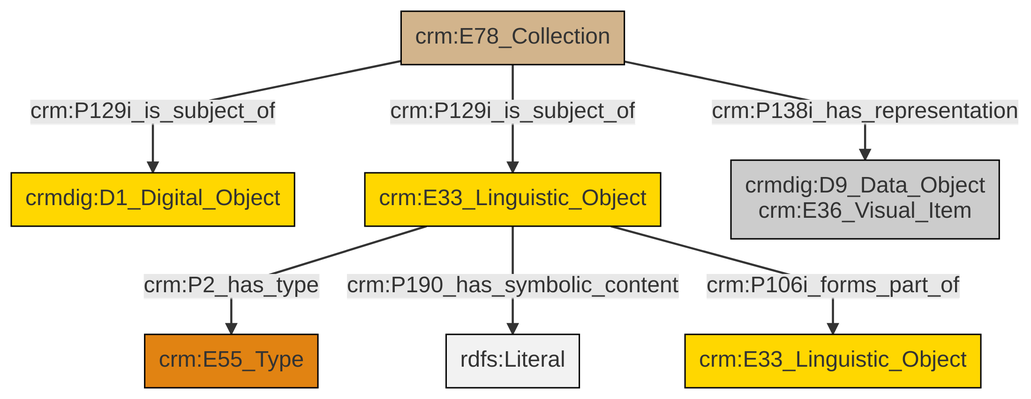
Above: et/archivalCSV/ttl/mmd/png/archival_docs.png in swiss-art-research-net/docs.swissartresearch (Mermaid), before the change. Its source is kept beside it as et/archivalCSV/ttl/mmd/archival_docs.ttl.mmd.
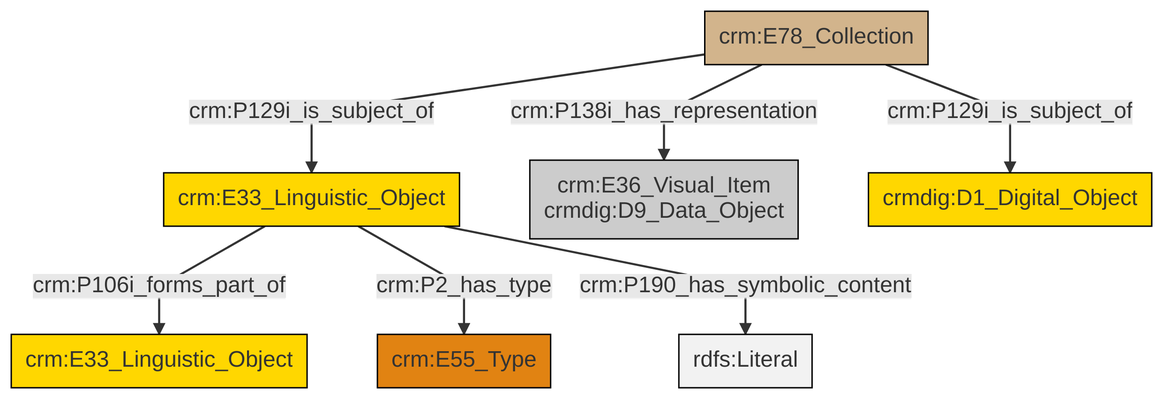
The same diagram one commit later.

The edit, as a diff of the source:
```diff
@@ -13,9 +13,9 @@
 classDef PC_Classes fill:#4ce600, stroke:#000000;
 classDef Multi fill:#cccccc,stroke:#000000;
 
-0["crm:E78_Collection"]:::Physical_Thing -->|crm:P129i_is_subject_of| 1["crmdig:D1_Digital_Object"]:::Conceptual_Object
-2["crm:E33_Linguistic_Object"]:::Conceptual_Object -->|crm:P2_has_type| 3["crm:E55_Type"]:::Type
-0["crm:E78_Collection"]:::Physical_Thing -->|crm:P129i_is_subject_of| 2["crm:E33_Linguistic_Object"]:::Conceptual_Object
-0["crm:E78_Collection"]:::Physical_Thing -->|crm:P138i_has_representation| 10["crmdig:D9_Data_Object<br>crm:E36_Visual_Item"]:::Multi
-2["crm:E33_Linguistic_Object"]:::Conceptual_Object -->|crm:P190_has_symbolic_content| 12[rdfs:Literal]:::Literal
-2["crm:E33_Linguistic_Object"]:::Conceptual_Object -->|crm:P106i_forms_part_of| 5["crm:E33_Linguistic_Object"]:::Conceptual_Object
+0["crm:E33_Linguistic_Object"]:::Conceptual_Object -->|crm:P106i_forms_part_of| 1["crm:E33_Linguistic_Object"]:::Conceptual_Object
+0["crm:E33_Linguistic_Object"]:::Conceptual_Object -->|crm:P2_has_type| 2["crm:E55_Type"]:::Type
+3["crm:E78_Collection"]:::Physical_Thing -->|crm:P138i_has_representation| 4["crm:E36_Visual_Item<br>crmdig:D9_Data_Object"]:::Multi
+3["crm:E78_Collection"]:::Physical_Thing -->|crm:P129i_is_subject_of| 0["crm:E33_Linguistic_Object"]:::Conceptual_Object
+3["crm:E78_Collection"]:::Physical_Thing -->|crm:P129i_is_subject_of| 9["crmdig:D1_Digital_Object"]:::Conceptual_Object
+0["crm:E33_Linguistic_Object"]:::Conceptual_Object -->|crm:P190_has_symbolic_content| 13[rdfs:Literal]:::Literal
```
